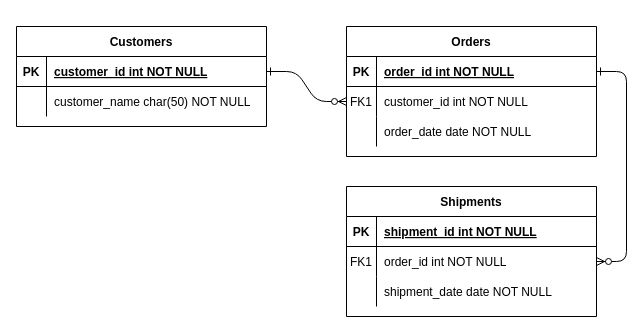
Before: Project/自定义表单.drawio in hao15239129517/drawio, a draw.io diagram. Source tidied: cells renumbered, new cells numbered last; positions are measured from the earlier drawing's top-left corner, leaving out a move shared by most shapes. Both pictures are drawn from the tidied source at 100%, with x=0, y=0 at pixel (16, 26).
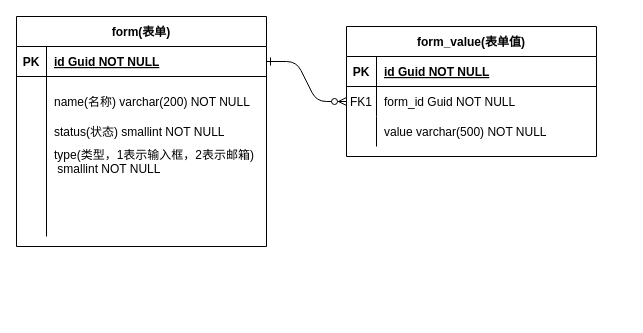
The same diagram, later.

Commit message (it also covers changes not shown here):
更新自定义表单.drawio

The change refers to these unchanged cells:
```xml
<mxCell id="5" style="shape=partialRectangle;fillColor=none;points=[[0,0.5],[1,0.5]];portConstraint=eastwest;top=0;left=0;right=0;bottom=1;" parent="4" vertex="1">
  <mxGeometry y="30" width="250" height="30" as="geometry" />
</mxCell>
<mxCell id="8" style="shape=partialRectangle;fillColor=none;points=[[0,0.5],[1,0.5]];portConstraint=eastwest;top=0;left=0;right=0;bottom=0;" parent="4" vertex="1">
  <mxGeometry y="60" width="250" height="30" as="geometry" />
</mxCell>
<mxCell id="11" style="shape=partialRectangle;fillColor=none;top=0;left=0;right=0;bottom=0;" parent="4" vertex="1">
  <mxGeometry y="90" width="250" height="30" as="geometry" />
</mxCell>
<mxCell id="25" style="shape=partialRectangle;fillColor=none;points=[[0,0.5],[1,0.5]];portConstraint=eastwest;top=0;left=0;right=0;bottom=1;" parent="24" vertex="1">
  <mxGeometry y="30" width="250" height="30" as="geometry" />
</mxCell>
```

What changed in the source:
```diff
@@
-    <mxCell id="3" style="edgeStyle=entityRelationEdgeStyle;endArrow=ERzeroToMany;startArrow=ERone;endFill=1;startFill=0;" parent="1" edge="1" source="5" target="18">
-      <mxGeometry relative="1" as="geometry" />
-    </mxCell>
-    <mxCell id="4" value="Orders" style="shape=table;startSize=30;childLayout=tableLayout;rowLines=0;fontStyle=1;align=center;" parent="1" vertex="1">
+    <mxCell id="4" value="form_value(表单值)" style="shape=table;startSize=30;childLayout=tableLayout;rowLines=0;fontStyle=1;align=center;" parent="1" vertex="1">
       <mxGeometry x="330" width="250" height="130" as="geometry" />
     </mxCell>
@@
-    <mxCell id="7" value="order_id int NOT NULL " style="shape=partialRectangle;overflow=hidden;fillColor=none;top=0;left=0;bottom=0;right=0;align=left;spacingLeft=6;fontStyle=5;" parent="5" vertex="1">
+    <mxCell id="7" value="id Guid NOT NULL " style="shape=partialRectangle;overflow=hidden;fillColor=none;top=0;left=0;bottom=0;right=0;align=left;spacingLeft=6;fontStyle=5;" parent="5" vertex="1">
       <mxGeometry x="30" width="220" height="30" as="geometry" />
     </mxCell>
@@
-    <mxCell id="10" value="customer_id int NOT NULL" style="shape=partialRectangle;overflow=hidden;fillColor=none;top=0;left=0;bottom=0;right=0;align=left;spacingLeft=6;" parent="8" vertex="1">
+    <mxCell id="10" value="form_id Guid NOT NULL" style="shape=partialRectangle;overflow=hidden;fillColor=none;top=0;left=0;bottom=0;right=0;align=left;spacingLeft=6;" parent="8" vertex="1">
       <mxGeometry x="30" width="220" height="30" as="geometry" />
     </mxCell>
@@
-    <mxCell id="13" value="order_date date NOT NULL" style="shape=partialRectangle;overflow=hidden;fillColor=none;top=0;left=0;bottom=0;right=0;align=left;spacingLeft=6;" parent="11" vertex="1">
+    <mxCell id="13" value="value varchar(500) NOT NULL" style="shape=partialRectangle;overflow=hidden;fillColor=none;top=0;left=0;bottom=0;right=0;align=left;spacingLeft=6;" parent="11" vertex="1">
       <mxGeometry x="30" width="220" height="30" as="geometry" />
     </mxCell>
-    <mxCell id="14" value="Shipments" style="shape=table;startSize=30;childLayout=tableLayout;rowLines=0;fontStyle=1;align=center;" parent="1" vertex="1">
-      <mxGeometry x="330" y="160" width="250" height="130" as="geometry" />
-    </mxCell>
-    <mxCell id="15" style="shape=partialRectangle;fillColor=none;top=0;left=0;right=0;bottom=1;" parent="14" vertex="1">
-      <mxGeometry y="30" width="250" height="30" as="geometry" />
-    </mxCell>
-    <mxCell id="16" value="PK" style="shape=partialRectangle;overflow=hidden;fillColor=none;top=0;left=0;bottom=0;right=0;fontStyle=1;" parent="15" vertex="1">
-      <mxGeometry width="30" height="30" as="geometry" />
-    </mxCell>
-    <mxCell id="17" value="shipment_id int NOT NULL " style="shape=partialRectangle;overflow=hidden;fillColor=none;top=0;left=0;bottom=0;right=0;align=left;spacingLeft=6;fontStyle=5;" parent="15" vertex="1">
-      <mxGeometry x="30" width="220" height="30" as="geometry" />
-    </mxCell>
-    <mxCell id="18" style="shape=partialRectangle;fillColor=none;points=[[0,0.5],[1,0.5]];portConstraint=eastwest;top=0;left=0;right=0;bottom=0;" parent="14" vertex="1">
-      <mxGeometry y="60" width="250" height="30" as="geometry" />
-    </mxCell>
-    <mxCell id="19" value="FK1" style="shape=partialRectangle;overflow=hidden;fillColor=none;top=0;left=0;bottom=0;right=0;" parent="18" vertex="1">
-      <mxGeometry width="30" height="30" as="geometry" />
-    </mxCell>
-    <mxCell id="20" value="order_id int NOT NULL" style="shape=partialRectangle;overflow=hidden;fillColor=none;top=0;left=0;bottom=0;right=0;align=left;spacingLeft=6;" parent="18" vertex="1">
-      <mxGeometry x="30" width="220" height="30" as="geometry" />
-    </mxCell>
-    <mxCell id="21" style="shape=partialRectangle;fillColor=none;top=0;left=0;right=0;bottom=0;" parent="14" vertex="1">
-      <mxGeometry y="90" width="250" height="30" as="geometry" />
-    </mxCell>
-    <mxCell id="22" style="shape=partialRectangle;overflow=hidden;fillColor=none;top=0;left=0;bottom=0;right=0;" parent="21" vertex="1">
-      <mxGeometry width="30" height="30" as="geometry" />
-    </mxCell>
-    <mxCell id="23" value="shipment_date date NOT NULL" style="shape=partialRectangle;overflow=hidden;fillColor=none;top=0;left=0;bottom=0;right=0;align=left;spacingLeft=6;" parent="21" vertex="1">
-      <mxGeometry x="30" width="220" height="30" as="geometry" />
-    </mxCell>
-    <mxCell id="24" value="Customers" style="shape=table;startSize=30;childLayout=tableLayout;rowLines=0;fontStyle=1;align=center;" parent="1" vertex="1">
-      <mxGeometry width="250" height="100" as="geometry" />
+    <mxCell id="24" value="form(表单)" style="shape=table;startSize=30;childLayout=tableLayout;rowLines=0;fontStyle=1;align=center;" parent="1" vertex="1">
+      <mxGeometry y="-10" width="250" height="230" as="geometry" />
     </mxCell>
@@
-    <mxCell id="27" value="customer_id int NOT NULL " style="shape=partialRectangle;overflow=hidden;fillColor=none;top=0;left=0;bottom=0;right=0;align=left;spacingLeft=6;fontStyle=5;" parent="25" vertex="1">
+    <mxCell id="27" value="id Guid NOT NULL " style="shape=partialRectangle;overflow=hidden;fillColor=none;top=0;left=0;bottom=0;right=0;align=left;spacingLeft=6;fontStyle=5;" parent="25" vertex="1">
       <mxGeometry x="30" width="220" height="30" as="geometry" />
     </mxCell>
     <mxCell id="28" style="shape=partialRectangle;fillColor=none;top=0;left=0;right=0;bottom=0;" parent="24" vertex="1">
-      <mxGeometry y="60" width="250" height="30" as="geometry" />
+      <mxGeometry y="60" width="250" height="160" as="geometry" />
     </mxCell>
     <mxCell id="29" style="shape=partialRectangle;overflow=hidden;fillColor=none;top=0;left=0;bottom=0;right=0;" parent="28" vertex="1">
-      <mxGeometry width="30" height="30" as="geometry" />
+      <mxGeometry width="30" height="160" as="geometry" />
     </mxCell>
-    <mxCell id="30" value="customer_name char(50) NOT NULL" style="shape=partialRectangle;overflow=hidden;fillColor=none;top=0;left=0;bottom=0;right=0;align=left;spacingLeft=6;" parent="28" vertex="1">
-      <mxGeometry x="30" width="220" height="30" as="geometry" />
+    <mxCell id="30" style="shape=partialRectangle;overflow=hidden;fillColor=none;top=0;left=0;bottom=0;right=0;align=left;spacingLeft=6;" parent="28" vertex="1">
+      <mxGeometry x="30" width="220" height="160" as="geometry" />
     </mxCell>
+    <mxCell id="31" value="name(名称) varchar(200) NOT NULL" style="shape=partialRectangle;overflow=hidden;fillColor=none;top=0;left=0;bottom=0;right=0;align=left;spacingLeft=6;" parent="1" vertex="1">
+      <mxGeometry x="30" y="60" width="220" height="30" as="geometry" />
+    </mxCell>
+    <mxCell id="32" value="status(状态) smallint NOT NULL" style="shape=partialRectangle;overflow=hidden;fillColor=none;top=0;left=0;bottom=0;right=0;align=left;spacingLeft=6;" parent="1" vertex="1">
+      <mxGeometry x="30" y="90" width="220" height="30" as="geometry" />
+    </mxCell>
+    <mxCell id="33" value="type(类型，1表示输入框，2表示邮箱) &#10; smallint NOT NULL" style="shape=partialRectangle;overflow=hidden;fillColor=none;top=0;left=0;bottom=0;right=0;align=left;spacingLeft=6;" parent="1" vertex="1">
+      <mxGeometry x="30" y="120" width="220" height="30" as="geometry" />
+    </mxCell>
```
